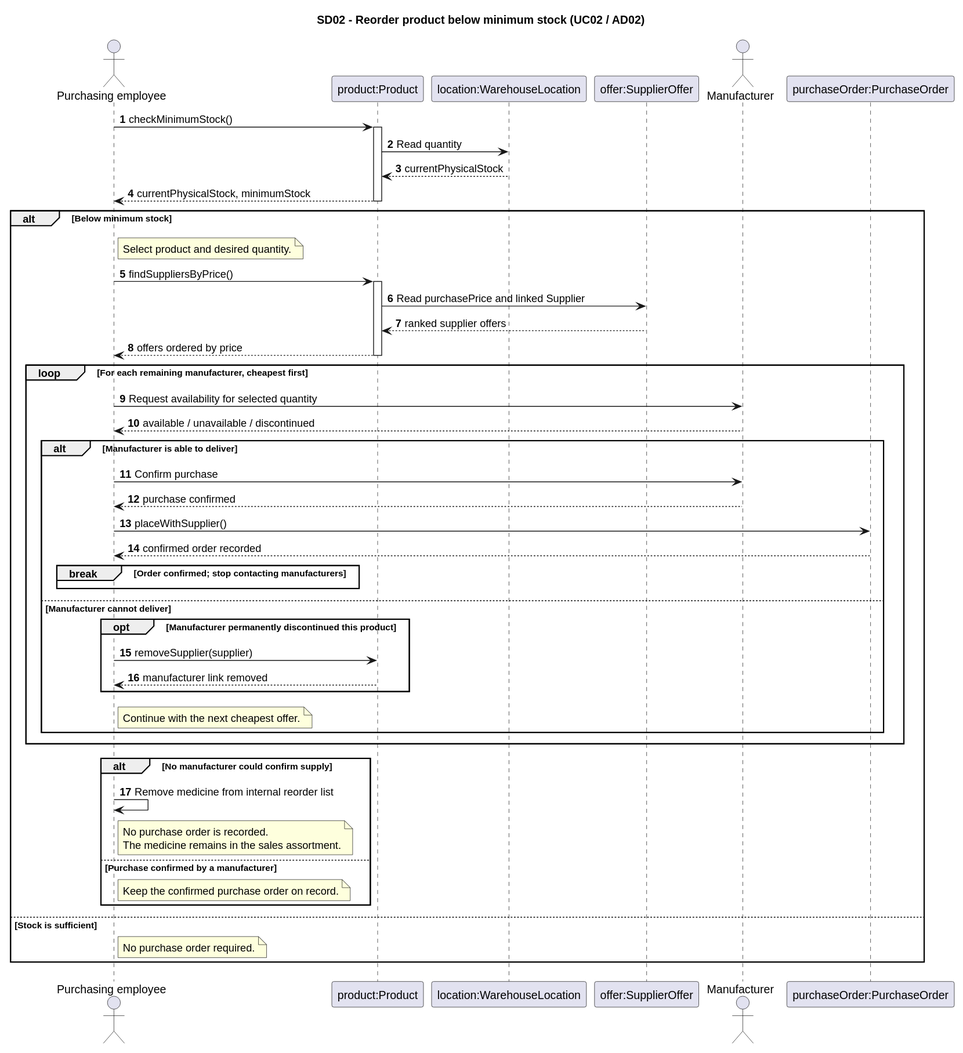
Before: Documentation/Architecture/uml/export/sequence_diagrams/SD02_ProductNietOpVoorraad.svg, a diagram exported from PlantUML (ViktorQorri/Project-Timaflu).
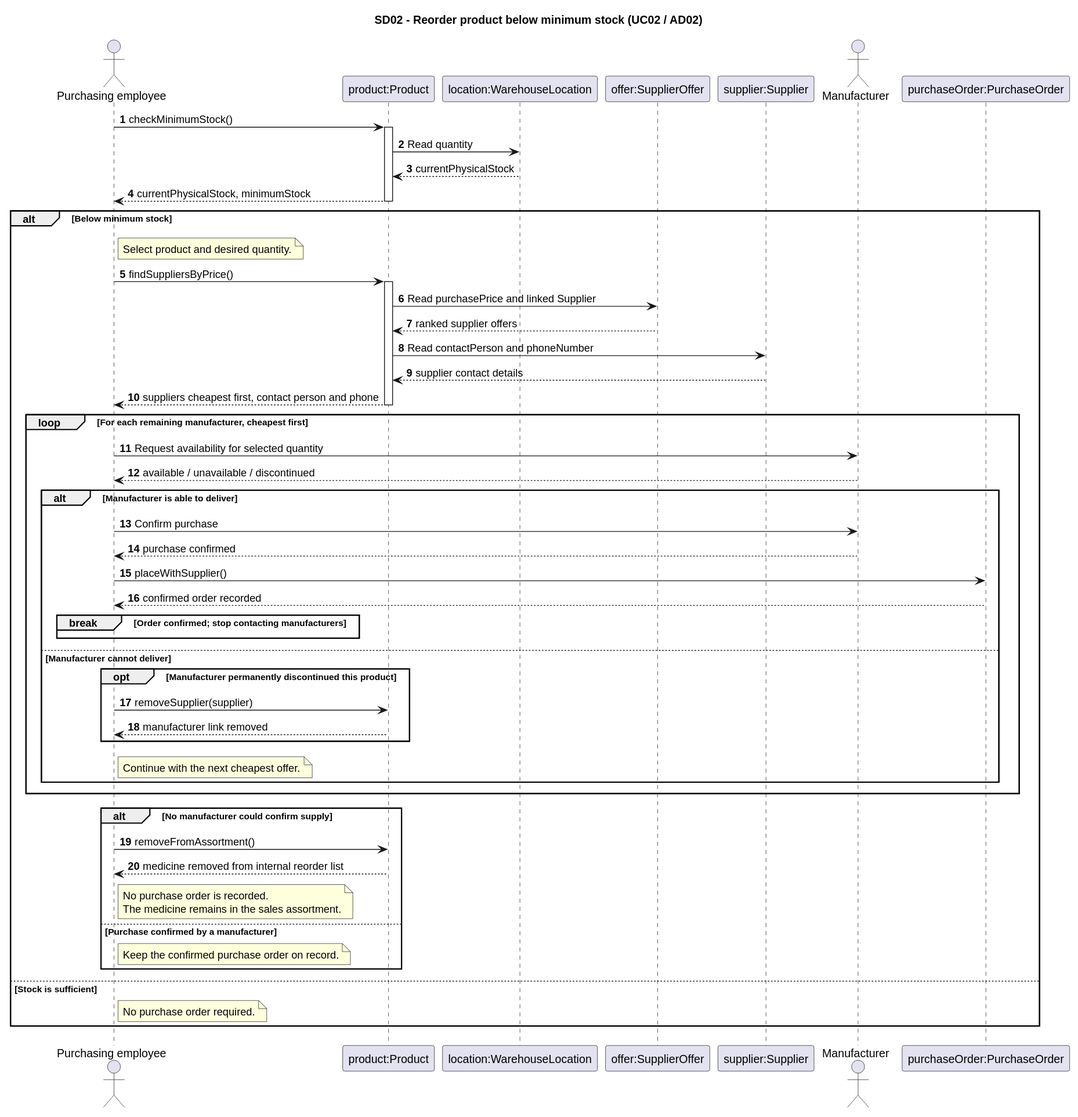
Later version of the same file.

Commit message:
docs: complete required purchasing and acquisition sequence outputs

Diff of the diagram source:
```diff
@@ -5,6 +5,7 @@
 participant "product:Product" as Product
 participant "location:WarehouseLocation" as Location
 participant "offer:SupplierOffer" as Offer
+participant "supplier:Supplier" as Supplier
 actor "Manufacturer" as Manufacturer
 participant "purchaseOrder:PurchaseOrder" as PurchaseOrder
 Purchasing -> Product: checkMinimumStock()
@@ -19,7 +20,9 @@
   activate Product
   Product -> Offer: Read purchasePrice and linked Supplier
   Offer --> Product: ranked supplier offers
-  Product --> Purchasing: offers ordered by price
+  Product -> Supplier: Read contactPerson and phoneNumber
+  Supplier --> Product: supplier contact details
+  Product --> Purchasing: suppliers cheapest first, contact person and phone
   deactivate Product
   loop For each remaining manufacturer, cheapest first
     Purchasing -> Manufacturer: Request availability for selected quantity
@@ -40,7 +43,8 @@
     end
   end
   alt No manufacturer could confirm supply
-    Purchasing -> Purchasing: Remove medicine from internal reorder list
+    Purchasing -> Product: removeFromAssortment()
+    Product --> Purchasing: medicine removed from internal reorder list
     note right of Purchasing
       No purchase order is recorded.
       The medicine remains in the sales assortment.
```
